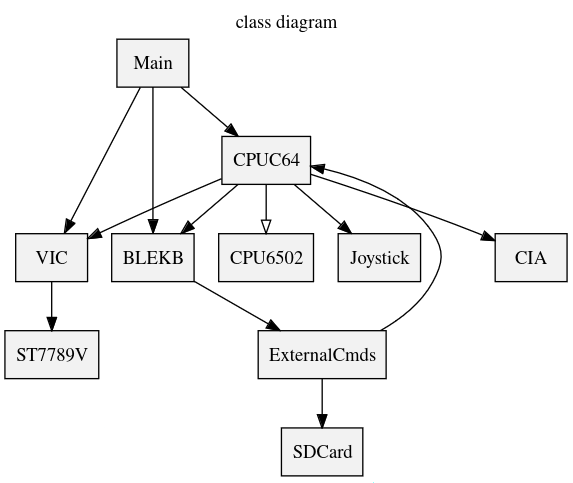
The Graphviz diagram doc/classdiagram.png in retroelec/T-HMI-C64, before a commit. Its source is kept beside it as doc/classdiagram.gv.
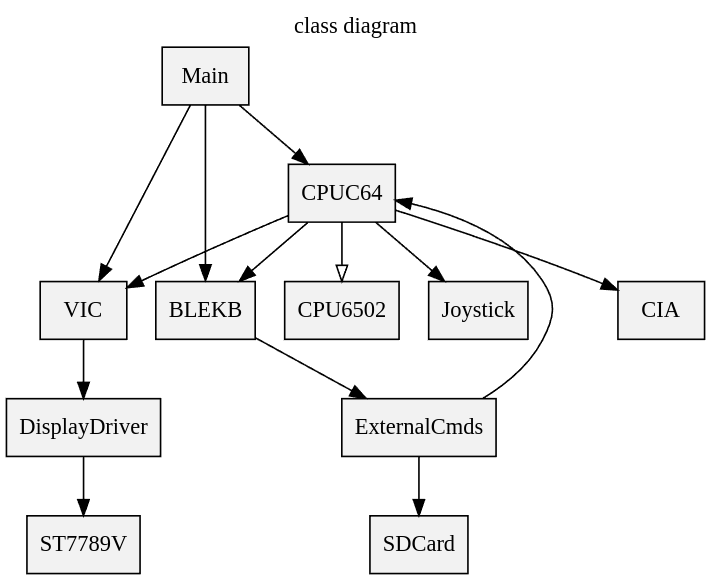
After the commit.

The edit, as a diff of the source:
```diff
@@ -19,5 +19,6 @@
   CPUC64 -> CPU6502 [arrowhead = empty]
   CPUC64 -> Joystick
   CPUC64 -> VIC
-  VIC -> ST7789V
+  VIC -> DisplayDriver
+  DisplayDriver -> ST7789V
 }
```
